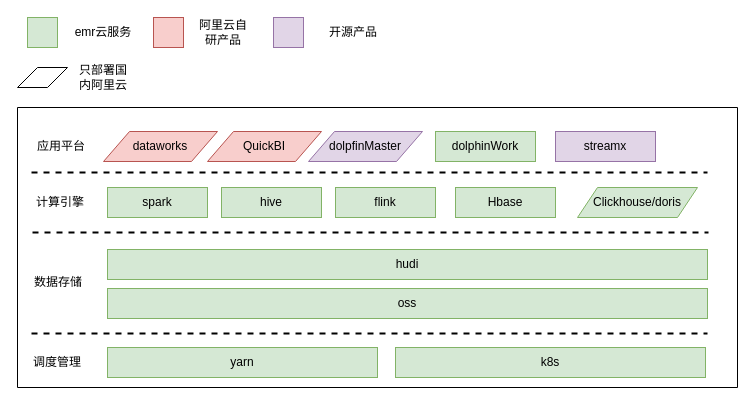
Earlier version of the draw.io diagram 大数据云平台.drawio (stgztsw/diagrams). Source tidied: cells renumbered, new cells numbered last; positions are measured from the earlier drawing's top-left corner, leaving out a move shared by most shapes. Both pictures are drawn from the tidied source at 100%, with x=0, y=0 at pixel (17, 17).
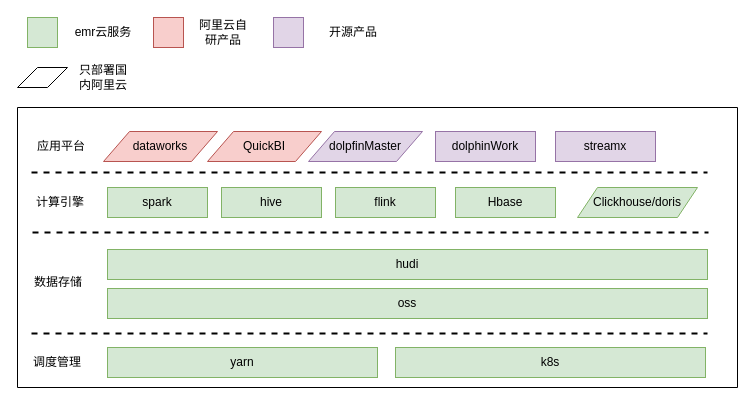
After the change.

Commit message:
Update 大数据云平台.drawio

The edit, as a diff of the source:
```diff
@@
-    <mxCell id="30" value="dolphinWork" style="rounded=0;whiteSpace=wrap;html=1;fillColor=#d5e8d4;strokeColor=#82b366;" parent="1" vertex="1">
+    <mxCell id="30" value="dolphinWork" style="rounded=0;whiteSpace=wrap;html=1;fillColor=#e1d5e7;strokeColor=#9673a6;" parent="1" vertex="1">
       <mxGeometry x="418" y="114" width="100" height="30" as="geometry" />
     </mxCell>
```
